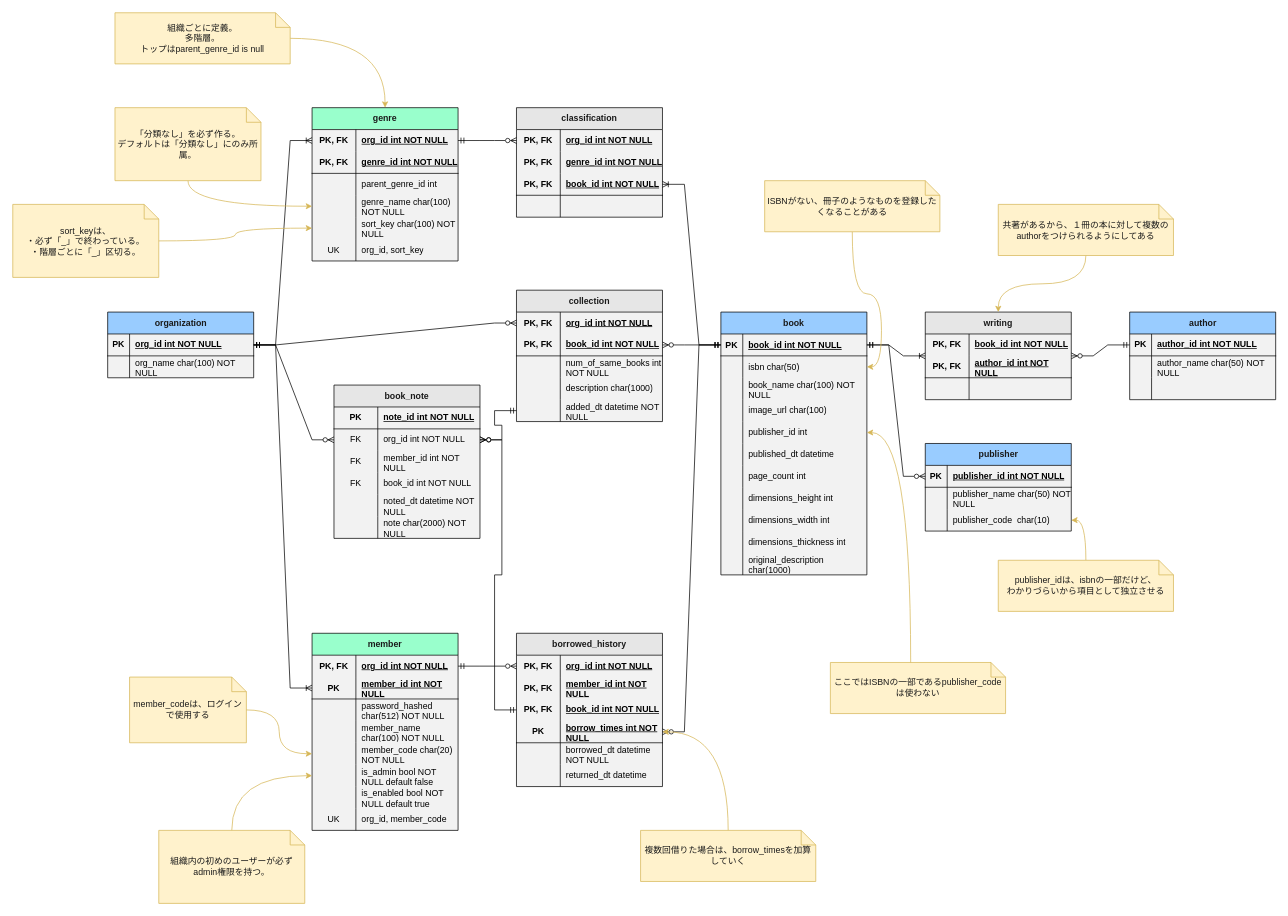
Before: doc/er_diagram.drawio in yo16/bookshelf_2023, a draw.io diagram. Source tidied: cells renumbered, new cells numbered last; positions are measured from the earlier drawing's top-left corner, leaving out a move shared by most shapes. Both pictures are drawn from the tidied source at 73%, with x=0, y=0 at pixel (12, 12).
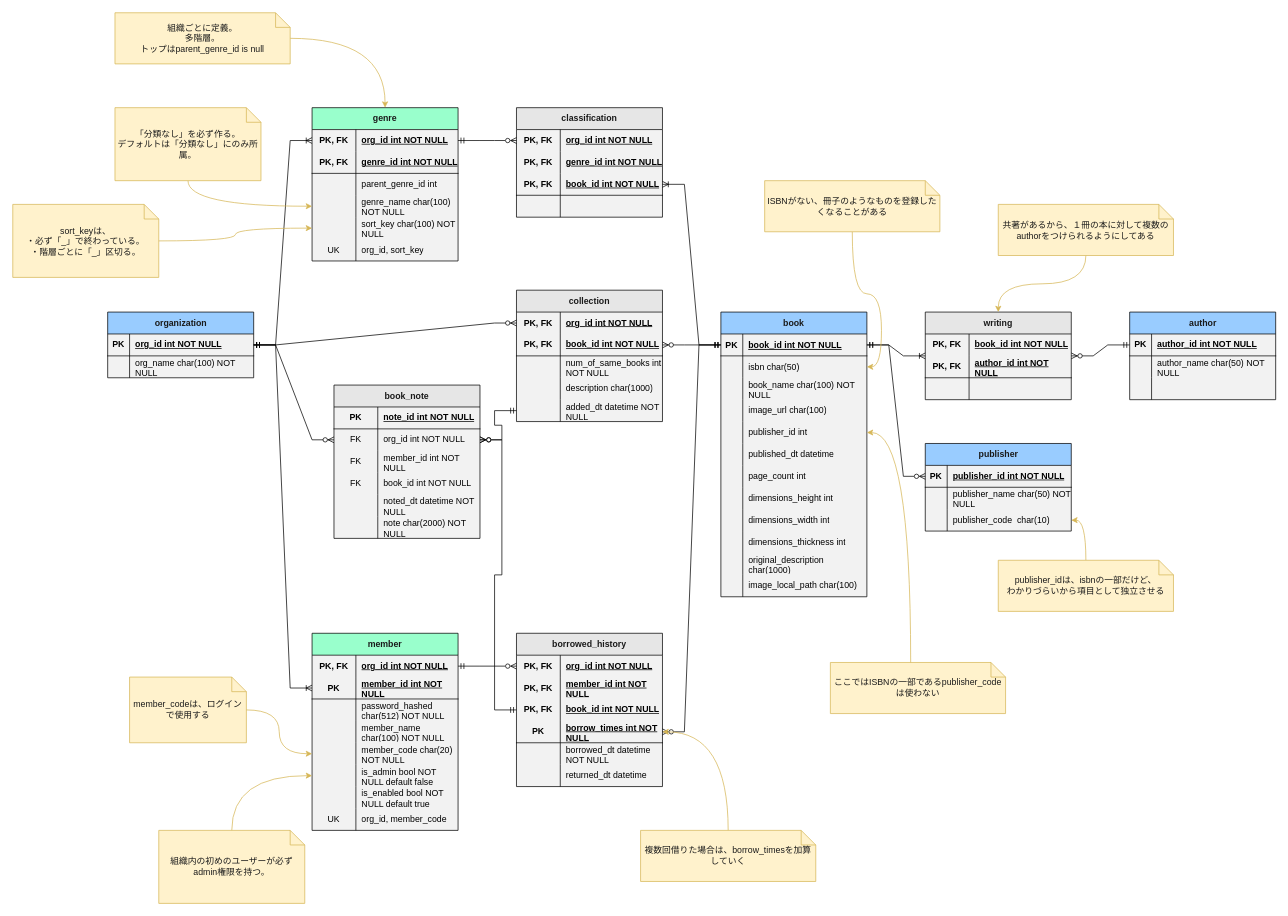
The same page after the edit.

Commit message (it also covers changes not shown here):
book.image_local_pathを追加

Change to the diagram source:
```diff
@@
     <mxCell id="2" value="book" style="shape=table;startSize=30;childLayout=tableLayout;rowLines=0;fontStyle=1;align=center;fillColor=#99CCFF;fontColor=#1A1A1A;swimlaneFillColor=#F2F2F2;" parent="1" vertex="1">
-      <mxGeometry x="970" y="410" width="200" height="360" as="geometry" />
+      <mxGeometry x="970" y="410" width="200" height="390" as="geometry" />
     </mxCell>
@@
+    <mxCell id="218" style="shape=partialRectangle;fillColor=none;top=0;left=0;right=0;bottom=0;" parent="2" vertex="1">
+      <mxGeometry y="360" width="200" height="30" as="geometry" />
+    </mxCell>
+    <mxCell id="219" style="shape=partialRectangle;overflow=hidden;fillColor=none;top=0;left=0;bottom=0;right=0;" parent="218" vertex="1">
+      <mxGeometry width="30" height="30" as="geometry" />
+    </mxCell>
+    <mxCell id="220" value="image_local_path char(100)" style="shape=partialRectangle;overflow=hidden;fillColor=none;top=0;left=0;bottom=0;right=0;align=left;spacingLeft=6;verticalAlign=middle;whiteSpace=wrap;" parent="218" vertex="1">
+      <mxGeometry x="30" width="170" height="30" as="geometry" />
+    </mxCell>
```
